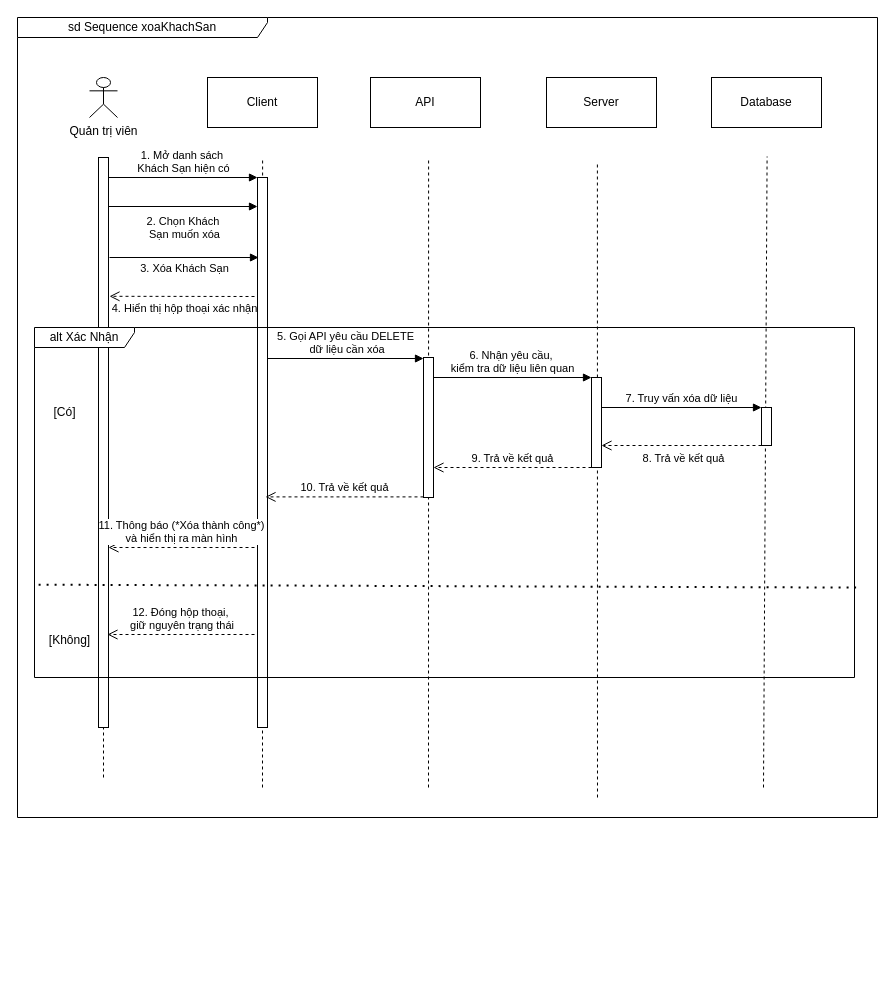
Earlier version of the draw.io diagram page "Page-7" (7 of 12) of Chi/sd Sequence capnhatHoSo.drawio.xml (KMA-TTCS-Nhom32/documents). Source tidied: cells renumbered, new cells numbered last; positions are measured from the earlier drawing's top-left corner, leaving out a move shared by most shapes. Both pictures are drawn from the tidied source at 100%, with x=0, y=0 at pixel (17, 17).
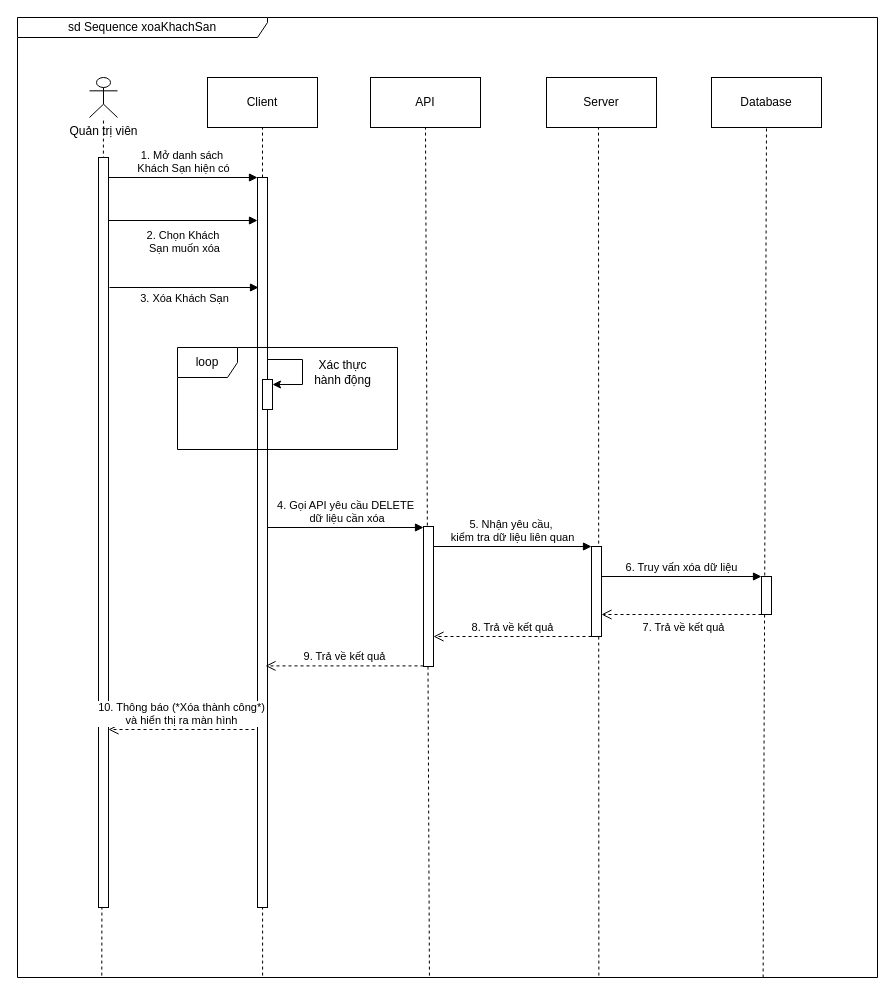
Above is the later version.

The change refers to these unchanged cells:
```xml
<mxCell id="2" value="Quản trị viên" style="shape=umlActor;verticalLabelPosition=bottom;verticalAlign=top;html=1;" parent="1" vertex="1">
  <mxGeometry x="72" y="60" width="28" height="40" as="geometry" />
</mxCell>
<mxCell id="10" value="Client" style="html=1;whiteSpace=wrap;" parent="1" vertex="1">
  <mxGeometry x="190" y="60" width="110" height="50" as="geometry" />
</mxCell>
<mxCell id="12" value="Database" style="html=1;whiteSpace=wrap;" parent="1" vertex="1">
  <mxGeometry x="694" y="60" width="110" height="50" as="geometry" />
</mxCell>
<mxCell id="13" value="API" style="html=1;whiteSpace=wrap;" parent="1" vertex="1">
  <mxGeometry x="353" y="60" width="110" height="50" as="geometry" />
</mxCell>
```

The edit, as a diff of the source:
```diff
@@
-    <mxCell id="3" style="endArrow=none;dashed=1;html=1;rounded=0;entryX=0.515;entryY=1.033;entryDx=0;entryDy=0;entryPerimeter=0;" parent="1" edge="1">
-      <mxGeometry relative="1" as="geometry">
-        <mxPoint x="245" y="770" as="sourcePoint" />
-        <mxPoint x="245.1" y="141" as="targetPoint" />
-      </mxGeometry>
+    <mxCell id="3" style="endArrow=none;dashed=1;html=1;rounded=0;exitX=0.285;exitY=0.998;exitDx=0;exitDy=0;exitPerimeter=0;entryX=0.5;entryY=1;entryDx=0;entryDy=0;" parent="1" edge="1" source="9" target="10">
+      <mxGeometry relative="1" as="geometry" />
     </mxCell>
@@
-    <mxCell id="5" style="endArrow=none;dashed=1;html=1;rounded=0;entryX=0.492;entryY=1.1;entryDx=0;entryDy=0;entryPerimeter=0;" parent="1" edge="1">
+    <mxCell id="5" style="endArrow=none;dashed=1;html=1;rounded=0;exitX=0.676;exitY=0.998;exitDx=0;exitDy=0;exitPerimeter=0;" parent="1" edge="1" source="9">
       <mxGeometry relative="1" as="geometry">
-        <mxPoint x="580" y="780" as="sourcePoint" />
-        <mxPoint x="579.9" y="144" as="targetPoint" />
+        <mxPoint x="581" y="110" as="targetPoint" />
       </mxGeometry>
     </mxCell>
     <mxCell id="6" style="html=1;perimeter=orthogonalPerimeter;targetShapes=umlLifeline;newEdgeStyle={&quot;curved&quot;:0,&quot;rounded&quot;:0};" parent="1" vertex="1">
-      <mxGeometry x="240" y="160" width="10" height="550" as="geometry" />
+      <mxGeometry x="240" y="160" width="10" height="730" as="geometry" />
     </mxCell>
     <mxCell id="7" style="html=1;perimeter=orthogonalPerimeter;targetShapes=umlLifeline;newEdgeStyle={&quot;curved&quot;:0,&quot;rounded&quot;:0};" parent="1" vertex="1">
-      <mxGeometry x="574" y="360" width="10" height="90" as="geometry" />
+      <mxGeometry x="574" y="529" width="10" height="90" as="geometry" />
     </mxCell>
-    <mxCell id="8" style="endArrow=none;dashed=1;html=1;rounded=0;entryX=0.52;entryY=0.967;entryDx=0;entryDy=0;entryPerimeter=0;" parent="1" edge="1">
-      <mxGeometry relative="1" as="geometry">
-        <mxPoint x="746" y="770" as="sourcePoint" />
-        <mxPoint x="749.6" y="139" as="targetPoint" />
-      </mxGeometry>
+    <mxCell id="8" style="endArrow=none;dashed=1;html=1;rounded=0;entryX=0.5;entryY=1;entryDx=0;entryDy=0;exitX=0.867;exitY=1;exitDx=0;exitDy=0;exitPerimeter=0;" parent="1" edge="1" source="9" target="12">
+      <mxGeometry relative="1" as="geometry" />
     </mxCell>
     <mxCell id="9" value="sd Sequence xoaKhachSan" style="shape=umlFrame;whiteSpace=wrap;html=1;width=250;height=20;" parent="1" vertex="1">
-      <mxGeometry width="860" height="800" as="geometry" />
+      <mxGeometry width="860" height="960" as="geometry" />
     </mxCell>
@@
-    <mxCell id="14" style="endArrow=none;dashed=1;html=1;rounded=0;" parent="1" edge="1">
-      <mxGeometry relative="1" as="geometry">
-        <mxPoint x="86" y="760" as="sourcePoint" />
-        <mxPoint x="86" y="140" as="targetPoint" />
-      </mxGeometry>
+    <mxCell id="14" style="endArrow=none;dashed=1;html=1;rounded=0;exitX=0.098;exitY=0.998;exitDx=0;exitDy=0;exitPerimeter=0;" parent="1" edge="1" source="9" target="2">
+      <mxGeometry relative="1" as="geometry" />
     </mxCell>
     <mxCell id="15" style="html=1;perimeter=orthogonalPerimeter;targetShapes=umlLifeline;newEdgeStyle={&quot;curved&quot;:0,&quot;rounded&quot;:0};" parent="1" vertex="1">
-      <mxGeometry x="81" y="140" width="10" height="570" as="geometry" />
+      <mxGeometry x="81" y="140" width="10" height="750" as="geometry" />
     </mxCell>
@@
-    <mxCell id="17" style="endArrow=none;dashed=1;html=1;rounded=0;entryX=0.515;entryY=1.033;entryDx=0;entryDy=0;entryPerimeter=0;" parent="1" edge="1">
-      <mxGeometry relative="1" as="geometry">
-        <mxPoint x="411" y="770" as="sourcePoint" />
-        <mxPoint x="411.1" y="140" as="targetPoint" />
-      </mxGeometry>
+    <mxCell id="17" style="endArrow=none;dashed=1;html=1;rounded=0;entryX=0.5;entryY=1;entryDx=0;entryDy=0;exitX=0.479;exitY=0.998;exitDx=0;exitDy=0;exitPerimeter=0;" parent="1" edge="1" source="9" target="13">
+      <mxGeometry relative="1" as="geometry" />
     </mxCell>
     <mxCell id="18" style="html=1;perimeter=orthogonalPerimeter;targetShapes=umlLifeline;newEdgeStyle={&quot;curved&quot;:0,&quot;rounded&quot;:0};" parent="1" vertex="1">
-      <mxGeometry x="406" y="340" width="10" height="140" as="geometry" />
+      <mxGeometry x="406" y="509" width="10" height="140" as="geometry" />
     </mxCell>
     <mxCell id="19" value="&lt;div&gt;2. Chọn Khách&amp;nbsp;&lt;/div&gt;&lt;div&gt;Sạn muốn xóa&lt;/div&gt;" style="html=1;verticalAlign=bottom;endArrow=block;curved=0;rounded=0;" parent="1" edge="1">
       <mxGeometry x="0.02" y="-37" relative="1" as="geometry">
-        <mxPoint x="91" y="189" as="sourcePoint" />
-        <mxPoint x="240" y="189" as="targetPoint" />
+        <mxPoint x="91" y="203" as="sourcePoint" />
+        <mxPoint x="240" y="203" as="targetPoint" />
       </mxGeometry>
     </mxCell>
     <mxCell id="20" style="html=1;perimeter=orthogonalPerimeter;targetShapes=umlLifeline;newEdgeStyle={&quot;curved&quot;:0,&quot;rounded&quot;:0};" parent="1" vertex="1">
-      <mxGeometry x="744" y="390" width="10" height="38" as="geometry" />
+      <mxGeometry x="744" y="559" width="10" height="38" as="geometry" />
     </mxCell>
-    <mxCell id="21" value="8. Trả về kết quả" style="html=1;verticalAlign=bottom;endArrow=open;dashed=1;endSize=8;curved=0;rounded=0;exitX=0;exitY=1;exitDx=0;exitDy=-5;exitPerimeter=0;" parent="1" edge="1">
+    <mxCell id="21" value="7. Trả về kết quả" style="html=1;verticalAlign=bottom;endArrow=open;dashed=1;endSize=8;curved=0;rounded=0;exitX=0;exitY=1;exitDx=0;exitDy=-5;exitPerimeter=0;" parent="1" edge="1">
       <mxGeometry x="-0.04" y="22" relative="1" as="geometry">
-        <mxPoint x="744" y="428" as="sourcePoint" />
-        <mxPoint x="584" y="428" as="targetPoint" />
+        <mxPoint x="744" y="597" as="sourcePoint" />
+        <mxPoint x="584" y="597" as="targetPoint" />
         <mxPoint x="-1" as="offset" />
       </mxGeometry>
     </mxCell>
-    <mxCell id="22" value="9. Trả về kết quả" style="html=1;verticalAlign=bottom;endArrow=open;dashed=1;endSize=8;curved=0;rounded=0;" parent="1" edge="1">
+    <mxCell id="22" value="8. Trả về kết quả" style="html=1;verticalAlign=bottom;endArrow=open;dashed=1;endSize=8;curved=0;rounded=0;" parent="1" edge="1">
       <mxGeometry relative="1" as="geometry">
-        <mxPoint x="574" y="450" as="sourcePoint" />
-        <mxPoint x="416" y="450" as="targetPoint" />
+        <mxPoint x="574" y="619" as="sourcePoint" />
+        <mxPoint x="416" y="619" as="targetPoint" />
       </mxGeometry>
     </mxCell>
-    <mxCell id="23" value="10. Trả về kết quả" style="html=1;verticalAlign=bottom;endArrow=open;dashed=1;endSize=8;curved=0;rounded=0;" parent="1" edge="1">
+    <mxCell id="23" value="9. Trả về kết quả" style="html=1;verticalAlign=bottom;endArrow=open;dashed=1;endSize=8;curved=0;rounded=0;" parent="1" edge="1">
       <mxGeometry relative="1" as="geometry">
-        <mxPoint x="406" y="479.4" as="sourcePoint" />
-        <mxPoint x="248" y="479.4" as="targetPoint" />
+        <mxPoint x="406" y="648.4" as="sourcePoint" />
+        <mxPoint x="248" y="648.4" as="targetPoint" />
       </mxGeometry>
     </mxCell>
-    <mxCell id="24" value="&lt;div&gt;11. Thông báo (*Xóa thành công*)&lt;/div&gt;&lt;div&gt;và hiển thị ra màn hình&lt;br&gt;&lt;/div&gt;" style="html=1;verticalAlign=bottom;endArrow=open;dashed=1;endSize=8;curved=0;rounded=0;" parent="1" edge="1">
+    <mxCell id="24" value="&lt;div&gt;10. Thông báo (*Xóa thành công*)&lt;/div&gt;&lt;div&gt;và hiển thị ra màn hình&lt;br&gt;&lt;/div&gt;" style="html=1;verticalAlign=bottom;endArrow=open;dashed=1;endSize=8;curved=0;rounded=0;" parent="1" edge="1">
       <mxGeometry relative="1" as="geometry">
-        <mxPoint x="237" y="530" as="sourcePoint" />
-        <mxPoint x="91" y="530" as="targetPoint" />
+        <mxPoint x="237" y="712" as="sourcePoint" />
+        <mxPoint x="91" y="712" as="targetPoint" />
       </mxGeometry>
     </mxCell>
     <mxCell id="25" value="3. Xóa Khách Sạn" style="html=1;verticalAlign=bottom;endArrow=block;curved=0;rounded=0;" parent="1" edge="1">
       <mxGeometry x="0.01" y="-20" relative="1" as="geometry">
-        <mxPoint x="92" y="240" as="sourcePoint" />
-        <mxPoint x="241" y="240" as="targetPoint" />
+        <mxPoint x="92" y="270" as="sourcePoint" />
+        <mxPoint x="241" y="270" as="targetPoint" />
       </mxGeometry>
     </mxCell>
-    <mxCell id="26" value="4. Hiển thị hộp thoại xác nhận" style="html=1;verticalAlign=bottom;endArrow=open;dashed=1;endSize=8;curved=0;rounded=0;" parent="1" edge="1">
-      <mxGeometry x="-0.03" y="21" relative="1" as="geometry">
-        <mxPoint x="237" y="279" as="sourcePoint" />
-        <mxPoint x="92" y="278.8" as="targetPoint" />
-      </mxGeometry>
-    </mxCell>
-    <mxCell id="27" value="alt Xác Nhận" style="shape=umlFrame;whiteSpace=wrap;html=1;width=100;height=20;" parent="1" vertex="1">
-      <mxGeometry x="17" y="310" width="820" height="350" as="geometry" />
-    </mxCell>
-    <mxCell id="28" style="endArrow=none;dashed=1;html=1;dashPattern=1 3;strokeWidth=2;rounded=0;entryX=1.002;entryY=0.446;entryDx=0;entryDy=0;entryPerimeter=0;exitX=0.005;exitY=0.44;exitDx=0;exitDy=0;exitPerimeter=0;" parent="1" edge="1">
-      <mxGeometry relative="1" as="geometry">
-        <mxPoint x="21.1" y="567.2" as="sourcePoint" />
-        <mxPoint x="838.6" y="570.1" as="targetPoint" />
-      </mxGeometry>
-    </mxCell>
-    <mxCell id="29" value="[Không]" style="text;html=1;align=center;verticalAlign=middle;strokeColor=none;fillColor=none;" parent="1" vertex="1">
-      <mxGeometry x="22" y="607.5" width="60" height="30" as="geometry" />
-    </mxCell>
-    <mxCell id="30" value="[Có]" style="text;html=1;align=center;verticalAlign=middle;strokeColor=none;fillColor=none;" parent="1" vertex="1">
-      <mxGeometry x="22" y="380" width="50" height="30" as="geometry" />
-    </mxCell>
-    <mxCell id="31" value="&lt;div&gt;5. Gọi API yêu cầu DELETE&lt;/div&gt;&lt;div&gt;&amp;nbsp;dữ liệu cần xóa&lt;/div&gt;" style="html=1;verticalAlign=bottom;endArrow=block;curved=0;rounded=0;exitX=1;exitY=0.371;exitDx=0;exitDy=0;exitPerimeter=0;" parent="1" edge="1">
+    <mxCell id="31" value="&lt;div&gt;4. Gọi API yêu cầu DELETE&lt;/div&gt;&lt;div&gt;&amp;nbsp;dữ liệu cần xóa&lt;/div&gt;" style="html=1;verticalAlign=bottom;endArrow=block;curved=0;rounded=0;exitX=1;exitY=0.371;exitDx=0;exitDy=0;exitPerimeter=0;" parent="1" edge="1">
       <mxGeometry relative="1" as="geometry">
-        <mxPoint x="250" y="341" as="sourcePoint" />
-        <mxPoint x="406" y="341" as="targetPoint" />
+        <mxPoint x="250" y="510" as="sourcePoint" />
+        <mxPoint x="406" y="510" as="targetPoint" />
       </mxGeometry>
     </mxCell>
-    <mxCell id="32" value="&lt;div&gt;6. Nhận yêu cầu,&amp;nbsp;&lt;/div&gt;&lt;div&gt;kiểm tra dữ liệu liên quan&lt;/div&gt;" style="html=1;verticalAlign=bottom;endArrow=block;curved=0;rounded=0;" parent="1" edge="1">
+    <mxCell id="32" value="&lt;div&gt;5. Nhận yêu cầu,&amp;nbsp;&lt;/div&gt;&lt;div&gt;kiểm tra dữ liệu liên quan&lt;/div&gt;" style="html=1;verticalAlign=bottom;endArrow=block;curved=0;rounded=0;" parent="1" edge="1">
       <mxGeometry relative="1" as="geometry">
-        <mxPoint x="416" y="360" as="sourcePoint" />
-        <mxPoint x="574" y="360" as="targetPoint" />
+        <mxPoint x="416" y="529" as="sourcePoint" />
+        <mxPoint x="574" y="529" as="targetPoint" />
       </mxGeometry>
     </mxCell>
-    <mxCell id="33" value="7. Truy vấn xóa dữ liệu" style="html=1;verticalAlign=bottom;endArrow=block;curved=0;rounded=0;entryX=0;entryY=0;entryDx=0;entryDy=5;entryPerimeter=0;" parent="1" edge="1">
+    <mxCell id="33" value="6. Truy vấn xóa dữ liệu" style="html=1;verticalAlign=bottom;endArrow=block;curved=0;rounded=0;entryX=0;entryY=0;entryDx=0;entryDy=5;entryPerimeter=0;" parent="1" edge="1">
       <mxGeometry relative="1" as="geometry">
-        <mxPoint x="584" y="390" as="sourcePoint" />
-        <mxPoint x="744" y="390" as="targetPoint" />
+        <mxPoint x="584" y="559" as="sourcePoint" />
+        <mxPoint x="744" y="559" as="targetPoint" />
       </mxGeometry>
     </mxCell>
-    <mxCell id="34" value="&lt;div&gt;12. Đóng hộp thoại,&lt;/div&gt;&lt;div&gt;&amp;nbsp;giữ nguyên trạng thái&lt;/div&gt;" style="html=1;verticalAlign=bottom;endArrow=open;dashed=1;endSize=8;curved=0;rounded=0;" parent="1" edge="1">
-      <mxGeometry relative="1" as="geometry">
-        <mxPoint x="237" y="617" as="sourcePoint" />
-        <mxPoint x="90" y="617" as="targetPoint" />
-      </mxGeometry>
-    </mxCell>
+    <mxCell id="35" style="group;" parent="1" vertex="1">
+      <mxGeometry x="245" y="342" width="40" height="50" as="geometry" />
+    </mxCell>
+    <mxCell id="36" style="html=1;points=[[0,0,0,0,5],[0,1,0,0,-5],[1,0,0,0,5],[1,1,0,0,-5]];perimeter=orthogonalPerimeter;outlineConnect=0;targetShapes=umlLifeline;portConstraint=eastwest;newEdgeStyle={&quot;curved&quot;:0,&quot;rounded&quot;:0};" parent="35" vertex="1">
+      <mxGeometry y="20" width="10" height="30" as="geometry" />
+    </mxCell>
+    <mxCell id="37" style="edgeStyle=none;jettySize=auto;html=1;rounded=0;entryX=1;entryY=0;entryDx=0;entryDy=5;entryPerimeter=0;" parent="35" edge="1" target="36">
+      <mxGeometry relative="1" as="geometry">
+        <mxPoint x="5" as="sourcePoint" />
+        <Array as="points">
+          <mxPoint x="40" />
+          <mxPoint x="40" y="25" />
+        </Array>
+      </mxGeometry>
+    </mxCell>
+    <mxCell id="38" value="&lt;div&gt;Xác thực&lt;/div&gt;&lt;div&gt;hành động&lt;br&gt;&lt;/div&gt;" style="text;html=1;align=center;verticalAlign=middle;strokeColor=none;fillColor=none;" parent="1" vertex="1">
+      <mxGeometry x="285" y="335" width="80" height="40" as="geometry" />
+    </mxCell>
+    <mxCell id="39" value="loop" style="shape=umlFrame;whiteSpace=wrap;html=1;" parent="1" vertex="1">
+      <mxGeometry x="160" y="330" width="220" height="102" as="geometry" />
+    </mxCell>
```
